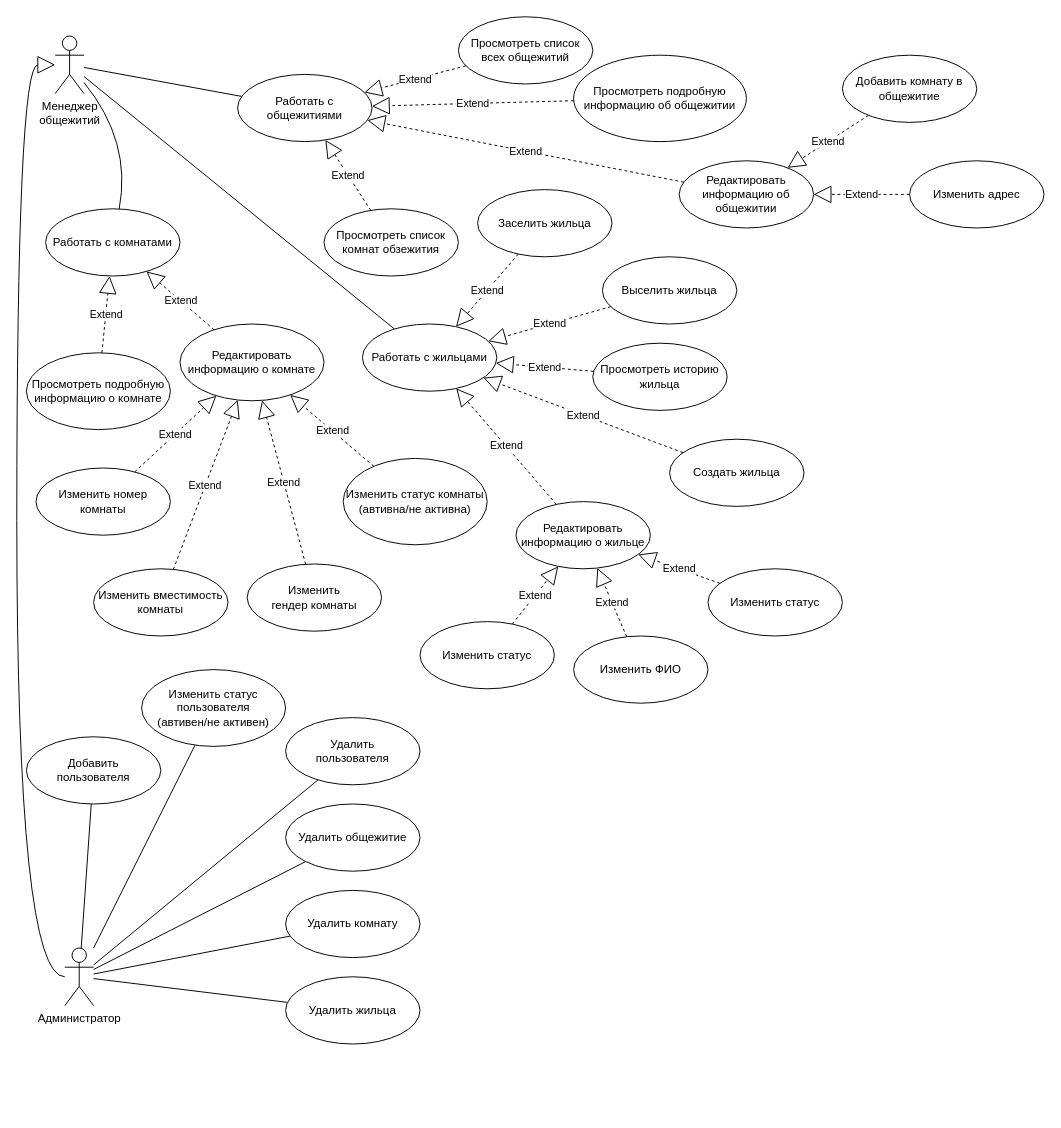
Above: docs/UML диаграмма вариантов использования.drawio in DmitryUA/OpenDorm (draw.io), before the change. Source tidied: cells renumbered, new cells numbered last; positions are measured from the earlier drawing's top-left corner, leaving out a move shared by most shapes. Both pictures are drawn from the tidied source at 96%, with x=0, y=0 at pixel (16, 16).
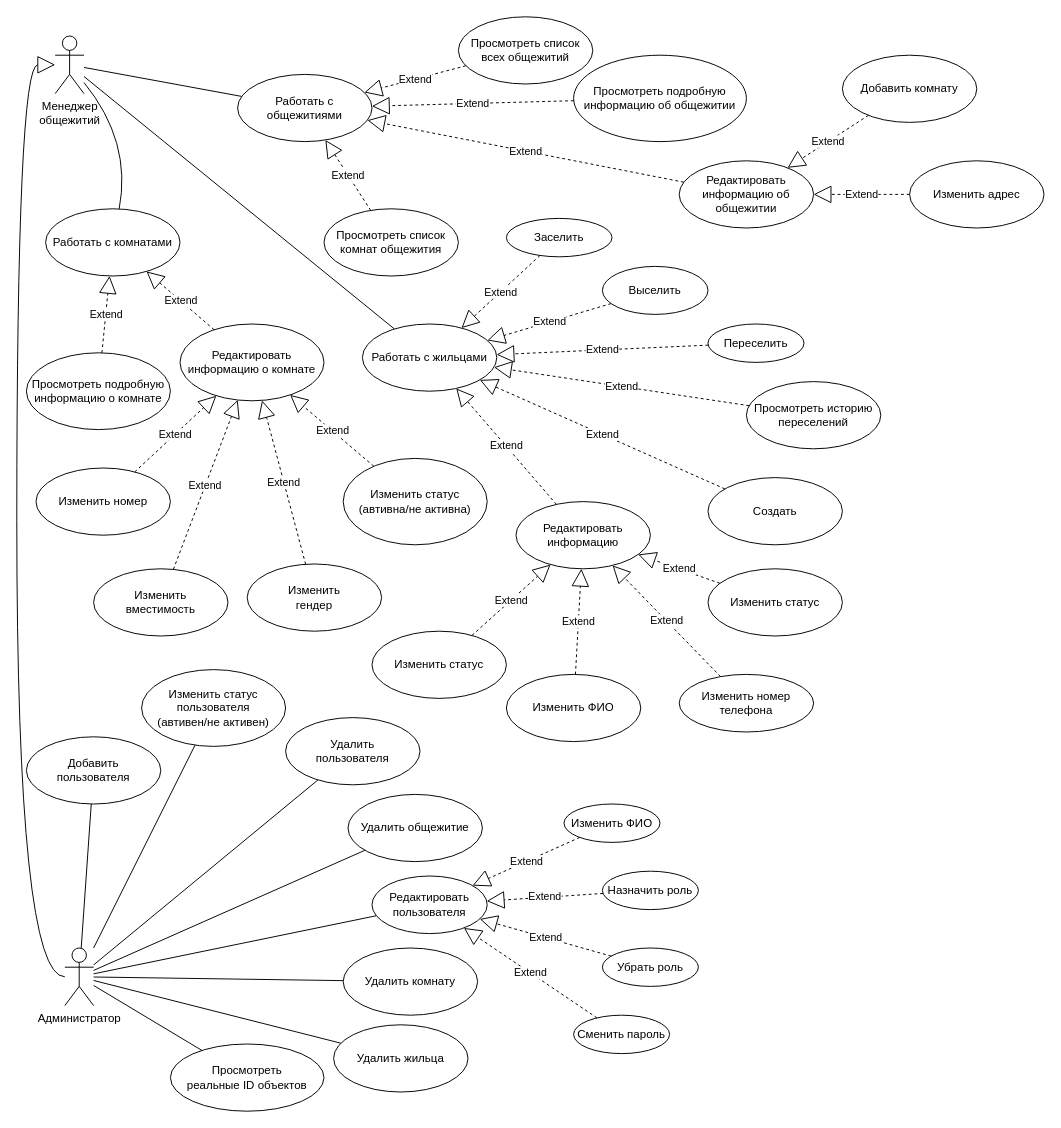
The same diagram, later.

Commit message (it also covers changes not shown here):
docs: update UML use case diagram.

The change refers to these unchanged cells:
```xml
<mxCell id="34" value="Администратор" style="shape=umlActor;verticalLabelPosition=bottom;verticalAlign=top;html=1;" parent="1" vertex="1">
  <mxGeometry x="50" y="970" width="30" height="60" as="geometry" />
</mxCell>
<mxCell id="42" value="Работать с жильцами" style="ellipse;whiteSpace=wrap;html=1;" parent="1" vertex="1">
  <mxGeometry x="360" y="320" width="140" height="70" as="geometry" />
</mxCell>
```

Diff of the diagram source:
```diff
@@
-    <mxCell id="16" value="Просмотреть список комнат обзежития" style="ellipse;whiteSpace=wrap;html=1;" parent="1" vertex="1">
+    <mxCell id="16" value="Просмотреть список комнат общежития" style="ellipse;whiteSpace=wrap;html=1;" parent="1" vertex="1">
       <mxGeometry x="320" y="200" width="140" height="70" as="geometry" />
     </mxCell>
@@
-    <mxCell id="20" value="Добавить комнату в общежитие" style="ellipse;whiteSpace=wrap;html=1;" parent="1" vertex="1">
+    <mxCell id="20" value="Добавить комнату" style="ellipse;whiteSpace=wrap;html=1;" parent="1" vertex="1">
       <mxGeometry x="860" y="40" width="140" height="70" as="geometry" />
     </mxCell>
@@
-    <mxCell id="22" value="Изменить статус комнаты&lt;br&gt;(автивна/не активна)" style="ellipse;whiteSpace=wrap;html=1;" parent="1" vertex="1">
+    <mxCell id="22" value="Изменить статус&lt;br&gt;(автивна/не активна)" style="ellipse;whiteSpace=wrap;html=1;" parent="1" vertex="1">
       <mxGeometry x="340" y="460" width="150" height="90" as="geometry" />
     </mxCell>
@@
-    <mxCell id="24" value="Изменить номер комнаты" style="ellipse;whiteSpace=wrap;html=1;" parent="1" vertex="1">
+    <mxCell id="24" value="Изменить номер" style="ellipse;whiteSpace=wrap;html=1;" parent="1" vertex="1">
       <mxGeometry x="20" y="470" width="140" height="70" as="geometry" />
     </mxCell>
@@
-    <mxCell id="26" value="Изменить вместимость комнаты" style="ellipse;whiteSpace=wrap;html=1;" parent="1" vertex="1">
+    <mxCell id="26" value="Изменить&lt;br&gt;вместимость" style="ellipse;whiteSpace=wrap;html=1;" parent="1" vertex="1">
       <mxGeometry x="80" y="575" width="140" height="70" as="geometry" />
     </mxCell>
@@
     <mxCell id="39" value="Удалить общежитие" style="ellipse;whiteSpace=wrap;html=1;" parent="1" vertex="1">
-      <mxGeometry x="280" y="820" width="140" height="70" as="geometry" />
+      <mxGeometry x="345" y="810" width="140" height="70" as="geometry" />
     </mxCell>
     <mxCell id="40" value="Удалить комнату" style="ellipse;whiteSpace=wrap;html=1;" parent="1" vertex="1">
-      <mxGeometry x="280" y="910" width="140" height="70" as="geometry" />
+      <mxGeometry x="340" y="970" width="140" height="70" as="geometry" />
     </mxCell>
     <mxCell id="41" value="Удалить жильца" style="ellipse;whiteSpace=wrap;html=1;" parent="1" vertex="1">
-      <mxGeometry x="280" y="1000" width="140" height="70" as="geometry" />
+      <mxGeometry x="330" y="1050" width="140" height="70" as="geometry" />
     </mxCell>
@@
-    <mxCell id="43" value="Заселить жильца" style="ellipse;whiteSpace=wrap;html=1;" parent="1" vertex="1">
-      <mxGeometry x="480" y="180" width="140" height="70" as="geometry" />
+    <mxCell id="43" value="Заселить" style="ellipse;whiteSpace=wrap;html=1;" parent="1" vertex="1">
+      <mxGeometry x="510" y="210" width="110" height="40" as="geometry" />
     </mxCell>
-    <mxCell id="44" value="Выселить жильца" style="ellipse;whiteSpace=wrap;html=1;" parent="1" vertex="1">
-      <mxGeometry x="610" y="250" width="140" height="70" as="geometry" />
+    <mxCell id="44" value="Выселить" style="ellipse;whiteSpace=wrap;html=1;" parent="1" vertex="1">
+      <mxGeometry x="610" y="260" width="110" height="50" as="geometry" />
     </mxCell>
@@
-    <mxCell id="47" value="Просмотреть историю жильца" style="ellipse;whiteSpace=wrap;html=1;" parent="1" vertex="1">
-      <mxGeometry x="600" y="340" width="140" height="70" as="geometry" />
+    <mxCell id="47" value="Просмотреть историю переселений" style="ellipse;whiteSpace=wrap;html=1;" parent="1" vertex="1">
+      <mxGeometry x="760" y="380" width="140" height="70" as="geometry" />
     </mxCell>
@@
-    <mxCell id="49" value="Создать жильца" style="ellipse;whiteSpace=wrap;html=1;" parent="1" vertex="1">
-      <mxGeometry x="680" y="440" width="140" height="70" as="geometry" />
+    <mxCell id="49" value="Создать" style="ellipse;whiteSpace=wrap;html=1;" parent="1" vertex="1">
+      <mxGeometry x="720" y="480" width="140" height="70" as="geometry" />
     </mxCell>
@@
-    <mxCell id="51" value="Редактировать информацию о жильце" style="ellipse;whiteSpace=wrap;html=1;" parent="1" vertex="1">
+    <mxCell id="51" value="Редактировать информацию" style="ellipse;whiteSpace=wrap;html=1;" parent="1" vertex="1">
       <mxGeometry x="520" y="505" width="140" height="70" as="geometry" />
     </mxCell>
@@
-    <mxCell id="55" value="Изменить&lt;br&gt;гендер комнаты" style="ellipse;whiteSpace=wrap;html=1;" parent="1" vertex="1">
+    <mxCell id="55" value="Изменить&lt;br&gt;гендер" style="ellipse;whiteSpace=wrap;html=1;" parent="1" vertex="1">
       <mxGeometry x="240" y="570" width="140" height="70" as="geometry" />
     </mxCell>
@@
     <mxCell id="57" value="Изменить статус" style="ellipse;whiteSpace=wrap;html=1;" parent="1" vertex="1">
-      <mxGeometry x="420" y="630" width="140" height="70" as="geometry" />
+      <mxGeometry x="370" y="640" width="140" height="70" as="geometry" />
     </mxCell>
@@
     <mxCell id="59" value="Изменить ФИО" style="ellipse;whiteSpace=wrap;html=1;" parent="1" vertex="1">
-      <mxGeometry x="580" y="645" width="140" height="70" as="geometry" />
+      <mxGeometry x="510" y="685" width="140" height="70" as="geometry" />
     </mxCell>
@@
+    <mxCell id="63" value="Extend" style="endArrow=block;endSize=16;endFill=0;html=1;rounded=0;dashed=1;" parent="1" edge="1" source="66" target="42">
+      <mxGeometry relative="1" as="geometry" />
+    </mxCell>
+    <mxCell id="64" value="Изменить номер телефона" style="ellipse;whiteSpace=wrap;html=1;align=center;" parent="1" vertex="1">
+      <mxGeometry x="690" y="685" width="140" height="60" as="geometry" />
+    </mxCell>
+    <mxCell id="65" value="Extend" style="endArrow=block;endSize=16;endFill=0;html=1;rounded=0;dashed=1;" parent="1" edge="1" source="64" target="51">
+      <mxGeometry relative="1" as="geometry" />
+    </mxCell>
+    <mxCell id="66" value="Переселить" style="ellipse;whiteSpace=wrap;html=1;align=center;" parent="1" vertex="1">
+      <mxGeometry x="720" y="320" width="100" height="40" as="geometry" />
+    </mxCell>
+    <mxCell id="67" value="Редактировать пользователя" style="ellipse;whiteSpace=wrap;html=1;align=center;" parent="1" vertex="1">
+      <mxGeometry x="370" y="895" width="120" height="60" as="geometry" />
+    </mxCell>
+    <mxCell id="68" style="rounded=0;jettySize=auto;html=1;endArrow=none;endFill=0;" parent="1" edge="1" source="34" target="67">
+      <mxGeometry relative="1" as="geometry" />
+    </mxCell>
+    <mxCell id="69" value="Extend" style="endArrow=block;endSize=16;endFill=0;html=1;rounded=0;dashed=1;" parent="1" edge="1" source="70" target="67">
+      <mxGeometry relative="1" as="geometry" />
+    </mxCell>
+    <mxCell id="70" value="Изменить ФИО" style="ellipse;whiteSpace=wrap;html=1;align=center;" parent="1" vertex="1">
+      <mxGeometry x="570" y="820" width="100" height="40" as="geometry" />
+    </mxCell>
+    <mxCell id="71" value="Назначить роль" style="ellipse;whiteSpace=wrap;html=1;align=center;" parent="1" vertex="1">
+      <mxGeometry x="610" y="890" width="100" height="40" as="geometry" />
+    </mxCell>
+    <mxCell id="72" value="Убрать роль" style="ellipse;whiteSpace=wrap;html=1;align=center;" parent="1" vertex="1">
+      <mxGeometry x="610" y="970" width="100" height="40" as="geometry" />
+    </mxCell>
+    <mxCell id="73" value="Сменить пароль" style="ellipse;whiteSpace=wrap;html=1;align=center;" parent="1" vertex="1">
+      <mxGeometry x="580" y="1040" width="100" height="40" as="geometry" />
+    </mxCell>
+    <mxCell id="74" value="Extend" style="endArrow=block;endSize=16;endFill=0;html=1;rounded=0;dashed=1;" parent="1" edge="1" source="71" target="67">
+      <mxGeometry relative="1" as="geometry" />
+    </mxCell>
+    <mxCell id="75" value="Extend" style="endArrow=block;endSize=16;endFill=0;html=1;rounded=0;dashed=1;" parent="1" edge="1" source="72" target="67">
+      <mxGeometry relative="1" as="geometry" />
+    </mxCell>
+    <mxCell id="76" value="Extend" style="endArrow=block;endSize=16;endFill=0;html=1;rounded=0;dashed=1;" parent="1" edge="1" source="73" target="67">
+      <mxGeometry relative="1" as="geometry" />
+    </mxCell>
+    <mxCell id="77" value="Просмотреть&lt;br&gt;реальные ID объектов" style="ellipse;whiteSpace=wrap;html=1;align=center;" parent="1" vertex="1">
+      <mxGeometry x="160" y="1070" width="160" height="70" as="geometry" />
+    </mxCell>
+    <mxCell id="78" style="rounded=0;jettySize=auto;html=1;endArrow=none;endFill=0;" parent="1" edge="1" source="34" target="77">
+      <mxGeometry relative="1" as="geometry" />
+    </mxCell>
```
